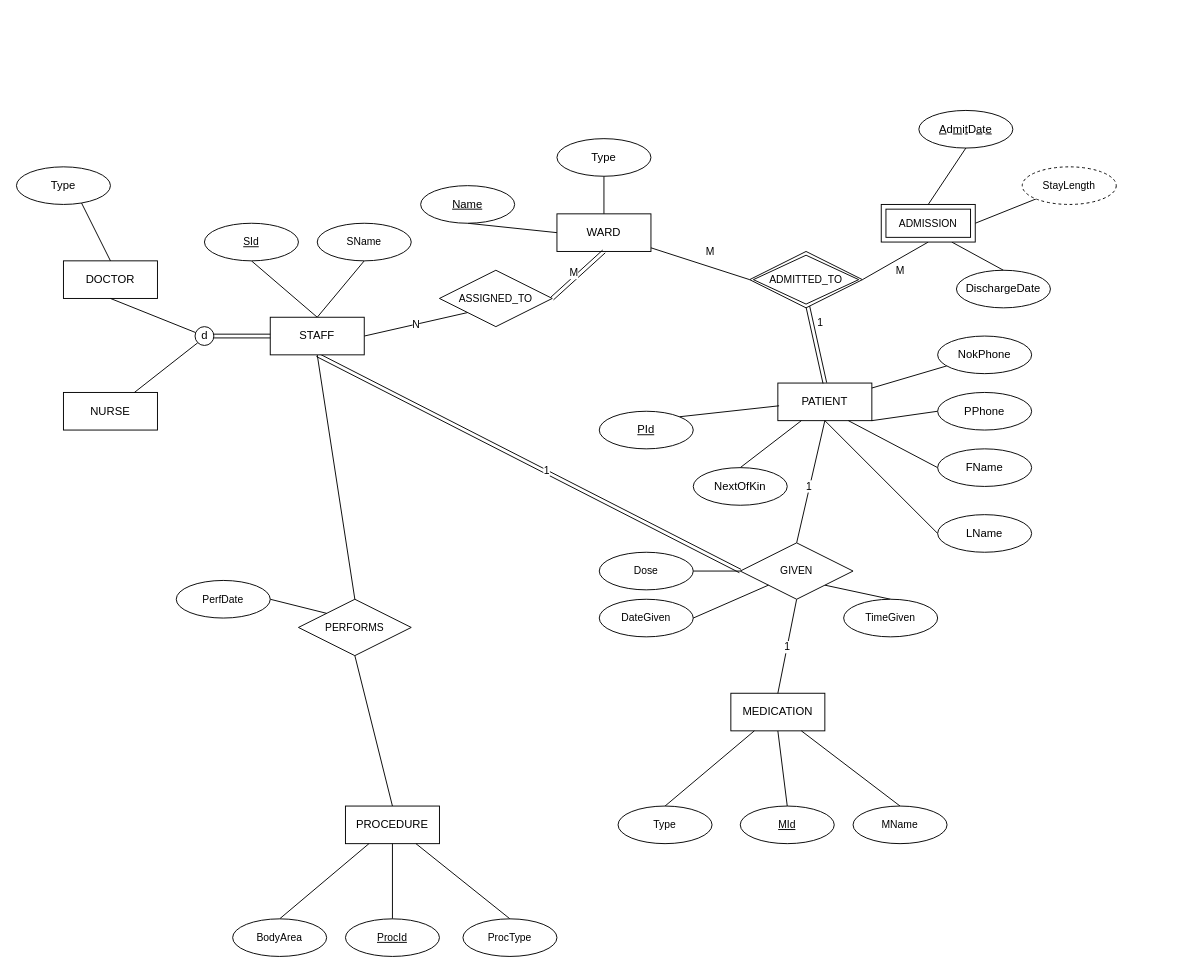
The draw.io diagram Untitled Diagram.drawio in alexwhite1995/Assignments, before the edit. Source tidied: cells renumbered, new cells numbered last; positions are measured from the earlier drawing's top-left corner, leaving out a move shared by most shapes. Both pictures are drawn from the tidied source at 94%, with x=0, y=0 at pixel (16, 110).
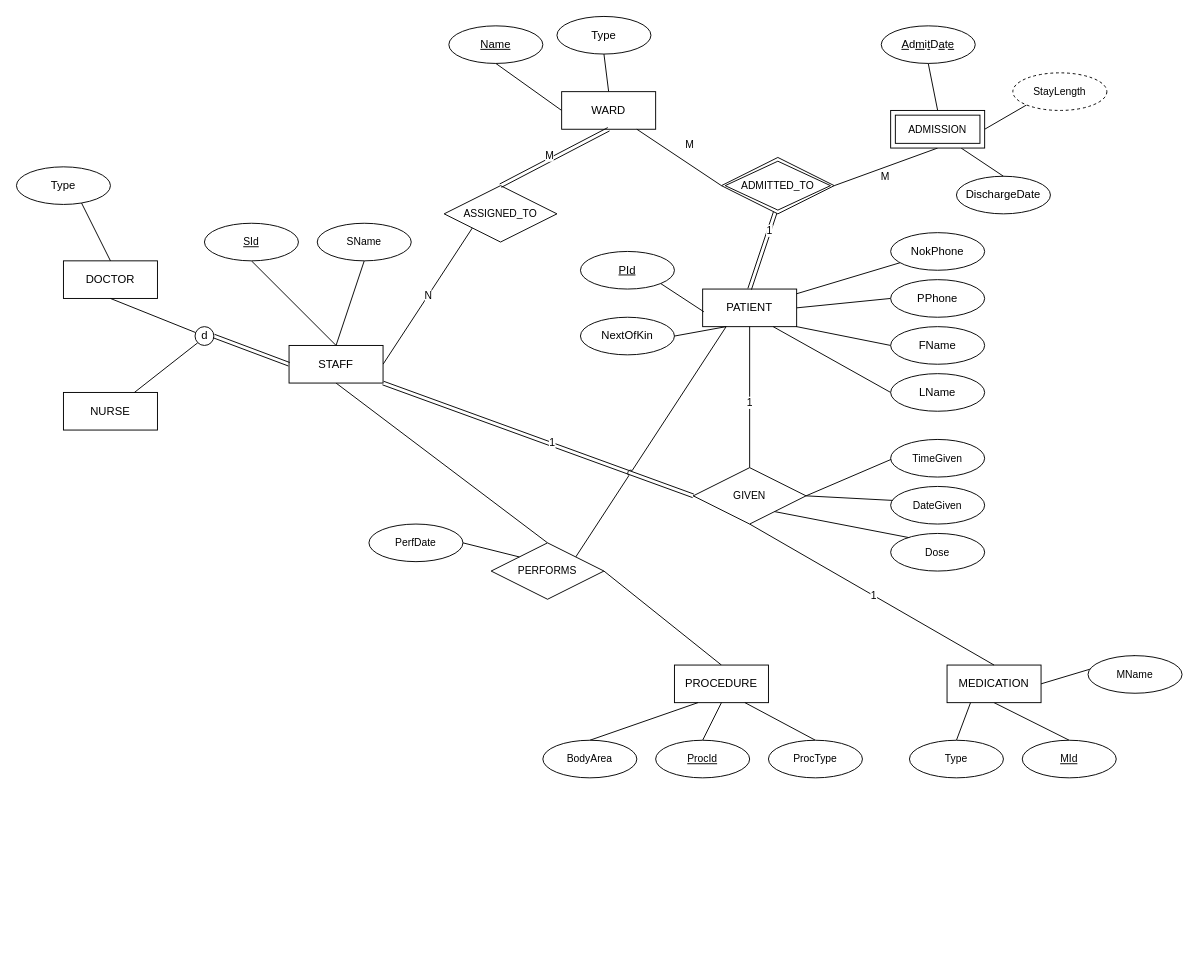
The same diagram, later.

The edit, as a diff of the source:
```diff
@@
-    <mxCell id="2" style="edgeStyle=none;rounded=0;jettySize=auto;html=1;exitX=1;exitY=1;exitDx=0;exitDy=0;entryX=0;entryY=0.5;entryDx=0;entryDy=0;strokeColor=default;align=center;verticalAlign=middle;fontFamily=Helvetica;fontSize=11;fontColor=default;labelBackgroundColor=default;endArrow=none;endFill=0;" parent="1" edge="1" source="3" target="55">
+    <mxCell id="2" style="edgeStyle=none;rounded=0;jettySize=auto;html=1;exitX=1;exitY=0.5;exitDx=0;exitDy=0;entryX=0;entryY=0.5;entryDx=0;entryDy=0;strokeColor=default;align=center;verticalAlign=middle;fontFamily=Helvetica;fontSize=11;fontColor=default;labelBackgroundColor=default;endArrow=none;endFill=0;" parent="1" edge="1" source="3" target="55">
       <mxGeometry relative="1" as="geometry" />
     </mxCell>
     <mxCell id="3" value="PATIENT" style="whiteSpace=wrap;html=1;align=center;" parent="1" vertex="1">
-      <mxGeometry x="810" y="290" width="100" height="40" as="geometry" />
+      <mxGeometry x="730" y="190" width="100" height="40" as="geometry" />
     </mxCell>
@@
-    <mxCell id="5" style="edgeStyle=none;rounded=0;jettySize=auto;html=1;exitX=0.5;exitY=1;exitDx=0;exitDy=0;entryX=0;entryY=0.5;entryDx=0;entryDy=0;strokeColor=default;align=center;verticalAlign=middle;fontFamily=Helvetica;fontSize=11;fontColor=default;labelBackgroundColor=default;endArrow=none;endFill=0;shape=link;" parent="1" edge="1" source="10" target="62">
+    <mxCell id="5" style="edgeStyle=none;rounded=0;jettySize=auto;html=1;exitX=1;exitY=1;exitDx=0;exitDy=0;entryX=0;entryY=0.5;entryDx=0;entryDy=0;strokeColor=default;align=center;verticalAlign=middle;fontFamily=Helvetica;fontSize=11;fontColor=default;labelBackgroundColor=default;endArrow=none;endFill=0;shape=link;" parent="1" edge="1" source="10" target="62">
       <mxGeometry relative="1" as="geometry" />
     </mxCell>
@@
     <mxCell id="10" value="STAFF" style="whiteSpace=wrap;html=1;align=center;" parent="1" vertex="1">
-      <mxGeometry x="270" y="220" width="100" height="40" as="geometry" />
+      <mxGeometry x="290" y="250" width="100" height="40" as="geometry" />
     </mxCell>
@@
     <mxCell id="14" value="MEDICATION" style="whiteSpace=wrap;html=1;align=center;" parent="1" vertex="1">
-      <mxGeometry x="760" y="620" width="100" height="40" as="geometry" />
+      <mxGeometry x="990" y="590" width="100" height="40" as="geometry" />
     </mxCell>
-    <mxCell id="15" style="edgeStyle=none;rounded=0;jettySize=auto;html=1;exitX=0.5;exitY=0;exitDx=0;exitDy=0;entryX=0.5;entryY=1;entryDx=0;entryDy=0;strokeColor=default;align=center;verticalAlign=middle;fontFamily=Helvetica;fontSize=11;fontColor=default;labelBackgroundColor=default;endArrow=none;endFill=0;" parent="1" edge="1" source="16" target="67">
+    <mxCell id="15" style="edgeStyle=none;rounded=0;jettySize=auto;html=1;exitX=0.5;exitY=0;exitDx=0;exitDy=0;entryX=1;entryY=0.5;entryDx=0;entryDy=0;strokeColor=default;align=center;verticalAlign=middle;fontFamily=Helvetica;fontSize=11;fontColor=default;labelBackgroundColor=default;endArrow=none;endFill=0;" parent="1" edge="1" source="16" target="67">
       <mxGeometry relative="1" as="geometry" />
     </mxCell>
     <mxCell id="16" value="PROCEDURE" style="whiteSpace=wrap;html=1;align=center;" parent="1" vertex="1">
-      <mxGeometry x="350" y="740" width="100" height="40" as="geometry" />
+      <mxGeometry x="700" y="590" width="100" height="40" as="geometry" />
     </mxCell>
@@
-    <mxCell id="18" style="edgeStyle=orthogonalEdgeStyle;rounded=0;jettySize=auto;html=1;exitX=0.5;exitY=0;exitDx=0;exitDy=0;entryX=0.5;entryY=1;entryDx=0;entryDy=0;endArrow=none;endFill=0;" parent="1" edge="1" source="19" target="34">
+    <mxCell id="18" style="rounded=0;jettySize=auto;html=1;exitX=0.5;exitY=0;exitDx=0;exitDy=0;entryX=0.5;entryY=1;entryDx=0;entryDy=0;endArrow=none;endFill=0;" parent="1" edge="1" source="19" target="34">
       <mxGeometry relative="1" as="geometry" />
     </mxCell>
     <mxCell id="19" value="WARD" style="whiteSpace=wrap;html=1;align=center;" parent="1" vertex="1">
-      <mxGeometry x="575" y="110" width="100" height="40" as="geometry" />
+      <mxGeometry x="580" y="-20" width="100" height="40" as="geometry" />
     </mxCell>
@@
     <mxCell id="33" value="&lt;u&gt;Name&lt;/u&gt;" style="ellipse;whiteSpace=wrap;html=1;align=center;" parent="1" vertex="1">
-      <mxGeometry x="430" y="80" width="100" height="40" as="geometry" />
+      <mxGeometry x="460" y="-90" width="100" height="40" as="geometry" />
     </mxCell>
     <mxCell id="34" value="Type" style="ellipse;whiteSpace=wrap;html=1;align=center;" parent="1" vertex="1">
-      <mxGeometry x="575" y="30" width="100" height="40" as="geometry" />
+      <mxGeometry x="575" y="-100" width="100" height="40" as="geometry" />
     </mxCell>
     <mxCell id="35" value="DischargeDate" style="ellipse;whiteSpace=wrap;html=1;align=center;" parent="1" vertex="1">
-      <mxGeometry x="1000" y="170" width="100" height="40" as="geometry" />
+      <mxGeometry x="1000" y="70" width="100" height="40" as="geometry" />
     </mxCell>
     <mxCell id="36" value="ADMITTED_TO" style="shape=rhombus;double=1;perimeter=rhombusPerimeter;whiteSpace=wrap;html=1;align=center;fontFamily=Helvetica;fontSize=11;fontColor=default;labelBackgroundColor=default;" parent="1" vertex="1">
-      <mxGeometry x="780" y="150" width="120" height="60" as="geometry" />
+      <mxGeometry x="750" y="50" width="120" height="60" as="geometry" />
     </mxCell>
@@
     <mxCell id="42" value="ADMISSION" style="shape=ext;margin=3;double=1;whiteSpace=wrap;html=1;align=center;fontFamily=Helvetica;fontSize=11;fontColor=default;labelBackgroundColor=default;" parent="1" vertex="1">
-      <mxGeometry x="920" y="100" width="100" height="40" as="geometry" />
+      <mxGeometry x="930" width="100" height="40" as="geometry" />
     </mxCell>
     <mxCell id="43" value="StayLength" style="ellipse;whiteSpace=wrap;html=1;align=center;dashed=1;fontFamily=Helvetica;fontSize=11;fontColor=default;labelBackgroundColor=default;" parent="1" vertex="1">
-      <mxGeometry x="1070" y="60" width="100" height="40" as="geometry" />
+      <mxGeometry x="1060" y="-40" width="100" height="40" as="geometry" />
     </mxCell>
     <mxCell id="44" value="&lt;u&gt;A&lt;/u&gt;d&lt;u&gt;m&lt;/u&gt;i&lt;u&gt;t&lt;/u&gt;D&lt;u&gt;a&lt;/u&gt;t&lt;u&gt;e&lt;/u&gt;" style="ellipse;whiteSpace=wrap;html=1;align=center;" parent="1" vertex="1">
-      <mxGeometry x="960" width="100" height="40" as="geometry" />
+      <mxGeometry x="920" y="-90" width="100" height="40" as="geometry" />
     </mxCell>
-    <mxCell id="45" style="edgeStyle=none;rounded=0;jettySize=auto;html=1;exitX=0;exitY=0.5;exitDx=0;exitDy=0;entryX=0.75;entryY=1;entryDx=0;entryDy=0;strokeColor=default;align=center;verticalAlign=middle;fontFamily=Helvetica;fontSize=11;fontColor=default;labelBackgroundColor=default;endArrow=none;endFill=0;" parent="1" edge="1" source="46" target="3">
+    <mxCell id="45" style="edgeStyle=none;rounded=0;jettySize=auto;html=1;exitX=0;exitY=0.5;exitDx=0;exitDy=0;entryX=1;entryY=1;entryDx=0;entryDy=0;strokeColor=default;align=center;verticalAlign=middle;fontFamily=Helvetica;fontSize=11;fontColor=default;labelBackgroundColor=default;endArrow=none;endFill=0;" parent="1" edge="1" source="46" target="3">
       <mxGeometry relative="1" as="geometry" />
     </mxCell>
     <mxCell id="46" value="FName" style="ellipse;whiteSpace=wrap;html=1;align=center;" parent="1" vertex="1">
-      <mxGeometry x="980" y="360" width="100" height="40" as="geometry" />
+      <mxGeometry x="930" y="230" width="100" height="40" as="geometry" />
     </mxCell>
-    <mxCell id="47" style="edgeStyle=none;rounded=0;jettySize=auto;html=1;exitX=0;exitY=0.5;exitDx=0;exitDy=0;strokeColor=default;align=center;verticalAlign=middle;fontFamily=Helvetica;fontSize=11;fontColor=default;labelBackgroundColor=default;endArrow=none;endFill=0;" parent="1" edge="1" source="48">
-      <mxGeometry relative="1" as="geometry">
-        <mxPoint x="860" y="330" as="targetPoint" />
-      </mxGeometry>
+    <mxCell id="47" style="edgeStyle=none;rounded=0;jettySize=auto;html=1;exitX=0;exitY=0.5;exitDx=0;exitDy=0;strokeColor=default;align=center;verticalAlign=middle;fontFamily=Helvetica;fontSize=11;fontColor=default;labelBackgroundColor=default;endArrow=none;endFill=0;entryX=0.75;entryY=1;entryDx=0;entryDy=0;" parent="1" edge="1" source="48" target="3">
+      <mxGeometry relative="1" as="geometry" />
     </mxCell>
     <mxCell id="48" value="LName" style="ellipse;whiteSpace=wrap;html=1;align=center;" parent="1" vertex="1">
-      <mxGeometry x="980" y="430" width="100" height="40" as="geometry" />
+      <mxGeometry x="930" y="280" width="100" height="40" as="geometry" />
     </mxCell>
-    <mxCell id="49" style="edgeStyle=none;rounded=0;jettySize=auto;html=1;exitX=0.5;exitY=0;exitDx=0;exitDy=0;entryX=0.25;entryY=1;entryDx=0;entryDy=0;strokeColor=default;align=center;verticalAlign=middle;fontFamily=Helvetica;fontSize=11;fontColor=default;labelBackgroundColor=default;endArrow=none;endFill=0;" parent="1" edge="1" source="50" target="3">
+    <mxCell id="49" style="edgeStyle=none;rounded=0;jettySize=auto;html=1;exitX=1;exitY=0.5;exitDx=0;exitDy=0;entryX=0.25;entryY=1;entryDx=0;entryDy=0;strokeColor=default;align=center;verticalAlign=middle;fontFamily=Helvetica;fontSize=11;fontColor=default;labelBackgroundColor=default;endArrow=none;endFill=0;" parent="1" edge="1" source="50" target="3">
       <mxGeometry relative="1" as="geometry" />
     </mxCell>
     <mxCell id="50" value="NextOfKin" style="ellipse;whiteSpace=wrap;html=1;align=center;" parent="1" vertex="1">
-      <mxGeometry x="720" y="380" width="100" height="40" as="geometry" />
+      <mxGeometry x="600" y="220" width="100" height="40" as="geometry" />
     </mxCell>
     <mxCell id="51" value="&lt;u&gt;PId&lt;/u&gt;" style="ellipse;whiteSpace=wrap;html=1;align=center;" parent="1" vertex="1">
-      <mxGeometry x="620" y="320" width="100" height="40" as="geometry" />
+      <mxGeometry x="600" y="150" width="100" height="40" as="geometry" />
     </mxCell>
-    <mxCell id="52" style="rounded=0;jettySize=auto;html=1;exitX=1;exitY=0;exitDx=0;exitDy=0;entryX=0.013;entryY=0.605;entryDx=0;entryDy=0;entryPerimeter=0;endArrow=none;endFill=0;" parent="1" edge="1" source="51" target="3">
+    <mxCell id="52" style="rounded=0;jettySize=auto;html=1;exitX=1;exitY=1;exitDx=0;exitDy=0;entryX=0.013;entryY=0.605;entryDx=0;entryDy=0;entryPerimeter=0;endArrow=none;endFill=0;" parent="1" edge="1" source="51" target="3">
       <mxGeometry relative="1" as="geometry" />
     </mxCell>
@@
     <mxCell id="54" value="NokPhone" style="ellipse;whiteSpace=wrap;html=1;align=center;" parent="1" vertex="1">
-      <mxGeometry x="980" y="240" width="100" height="40" as="geometry" />
+      <mxGeometry x="930" y="130" width="100" height="40" as="geometry" />
     </mxCell>
     <mxCell id="55" value="PPhone" style="ellipse;whiteSpace=wrap;html=1;align=center;" parent="1" vertex="1">
-      <mxGeometry x="980" y="300" width="100" height="40" as="geometry" />
+      <mxGeometry x="930" y="180" width="100" height="40" as="geometry" />
     </mxCell>
     <mxCell id="56" value="ASSIGNED_TO" style="shape=rhombus;perimeter=rhombusPerimeter;whiteSpace=wrap;html=1;align=center;fontFamily=Helvetica;fontSize=11;fontColor=default;labelBackgroundColor=default;" parent="1" vertex="1">
-      <mxGeometry x="450" y="170" width="120" height="60" as="geometry" />
+      <mxGeometry x="455" y="80" width="120" height="60" as="geometry" />
     </mxCell>
-    <mxCell id="57" style="edgeStyle=none;rounded=0;jettySize=auto;html=1;exitX=0.5;exitY=1;exitDx=0;exitDy=0;entryX=1;entryY=0.5;entryDx=0;entryDy=0;strokeColor=default;align=center;verticalAlign=middle;fontFamily=Helvetica;fontSize=11;fontColor=default;labelBackgroundColor=default;endArrow=none;endFill=0;shape=link;" parent="1" edge="1" source="19" target="56">
+    <mxCell id="57" style="edgeStyle=none;rounded=0;jettySize=auto;html=1;exitX=0.5;exitY=1;exitDx=0;exitDy=0;entryX=0.5;entryY=0;entryDx=0;entryDy=0;strokeColor=default;align=center;verticalAlign=middle;fontFamily=Helvetica;fontSize=11;fontColor=default;labelBackgroundColor=default;endArrow=none;endFill=0;shape=link;" parent="1" edge="1" source="19" target="56">
       <mxGeometry relative="1" as="geometry" />
     </mxCell>
@@
-    <mxCell id="61" style="edgeStyle=none;rounded=0;jettySize=auto;html=1;exitX=1;exitY=1;exitDx=0;exitDy=0;entryX=0.5;entryY=0;entryDx=0;entryDy=0;strokeColor=default;align=center;verticalAlign=middle;fontFamily=Helvetica;fontSize=11;fontColor=default;labelBackgroundColor=default;endArrow=none;endFill=0;" parent="1" edge="1" source="62" target="66">
+    <mxCell id="61" style="edgeStyle=none;rounded=0;jettySize=auto;html=1;exitX=1;exitY=0.5;exitDx=0;exitDy=0;entryX=0.5;entryY=0;entryDx=0;entryDy=0;strokeColor=default;align=center;verticalAlign=middle;fontFamily=Helvetica;fontSize=11;fontColor=default;labelBackgroundColor=default;endArrow=none;endFill=0;" parent="1" edge="1" source="62" target="66">
       <mxGeometry relative="1" as="geometry" />
     </mxCell>
     <mxCell id="62" value="GIVEN" style="shape=rhombus;perimeter=rhombusPerimeter;whiteSpace=wrap;html=1;align=center;fontFamily=Helvetica;fontSize=11;fontColor=default;labelBackgroundColor=default;" parent="1" vertex="1">
-      <mxGeometry x="770" y="460" width="120" height="60" as="geometry" />
+      <mxGeometry x="720" y="380" width="120" height="60" as="geometry" />
     </mxCell>
     <mxCell id="63" value="Dose" style="ellipse;whiteSpace=wrap;html=1;align=center;fontFamily=Helvetica;fontSize=11;fontColor=default;labelBackgroundColor=default;" parent="1" vertex="1">
-      <mxGeometry x="620" y="470" width="100" height="40" as="geometry" />
+      <mxGeometry x="930" y="450" width="100" height="40" as="geometry" />
     </mxCell>
-    <mxCell id="64" style="edgeStyle=none;rounded=0;jettySize=auto;html=1;exitX=1;exitY=0.5;exitDx=0;exitDy=0;entryX=0;entryY=1;entryDx=0;entryDy=0;strokeColor=default;align=center;verticalAlign=middle;fontFamily=Helvetica;fontSize=11;fontColor=default;labelBackgroundColor=default;endArrow=none;endFill=0;" parent="1" edge="1" source="65" target="62">
+    <mxCell id="64" style="edgeStyle=none;rounded=0;jettySize=auto;html=1;exitX=1;exitY=0.5;exitDx=0;exitDy=0;entryX=1;entryY=0.5;entryDx=0;entryDy=0;strokeColor=default;align=center;verticalAlign=middle;fontFamily=Helvetica;fontSize=11;fontColor=default;labelBackgroundColor=default;endArrow=none;endFill=0;" parent="1" edge="1" source="65" target="62">
       <mxGeometry relative="1" as="geometry" />
     </mxCell>
     <mxCell id="65" value="DateGiven" style="ellipse;whiteSpace=wrap;html=1;align=center;fontFamily=Helvetica;fontSize=11;fontColor=default;labelBackgroundColor=default;" parent="1" vertex="1">
-      <mxGeometry x="620" y="520" width="100" height="40" as="geometry" />
+      <mxGeometry x="930" y="400" width="100" height="40" as="geometry" />
     </mxCell>
     <mxCell id="66" value="TimeGiven" style="ellipse;whiteSpace=wrap;html=1;align=center;fontFamily=Helvetica;fontSize=11;fontColor=default;labelBackgroundColor=default;" parent="1" vertex="1">
-      <mxGeometry x="880" y="520" width="100" height="40" as="geometry" />
+      <mxGeometry x="930" y="350" width="100" height="40" as="geometry" />
     </mxCell>
+    <mxCell id="83" style="edgeStyle=none;rounded=0;jettySize=auto;html=1;exitX=1;exitY=0;exitDx=0;exitDy=0;entryX=0.25;entryY=1;entryDx=0;entryDy=0;strokeColor=default;align=center;verticalAlign=middle;fontFamily=Helvetica;fontSize=11;fontColor=default;labelBackgroundColor=default;endArrow=none;endFill=0;jumpStyle=arc;" parent="1" edge="1" source="67" target="3">
+      <mxGeometry relative="1" as="geometry" />
+    </mxCell>
     <mxCell id="67" value="PERFORMS" style="shape=rhombus;perimeter=rhombusPerimeter;whiteSpace=wrap;html=1;align=center;fontFamily=Helvetica;fontSize=11;fontColor=default;labelBackgroundColor=default;" parent="1" vertex="1">
-      <mxGeometry x="300" y="520" width="120" height="60" as="geometry" />
+      <mxGeometry x="505" y="460" width="120" height="60" as="geometry" />
     </mxCell>
@@
     <mxCell id="70" value="&lt;u&gt;MId&lt;/u&gt;" style="ellipse;whiteSpace=wrap;html=1;align=center;fontFamily=Helvetica;fontSize=11;fontColor=default;labelBackgroundColor=default;" parent="1" vertex="1">
-      <mxGeometry x="770" y="740" width="100" height="40" as="geometry" />
+      <mxGeometry x="1070" y="670" width="100" height="40" as="geometry" />
     </mxCell>
-    <mxCell id="71" style="edgeStyle=none;rounded=0;jettySize=auto;html=1;exitX=0.5;exitY=0;exitDx=0;exitDy=0;entryX=0.75;entryY=1;entryDx=0;entryDy=0;strokeColor=default;align=center;verticalAlign=middle;fontFamily=Helvetica;fontSize=11;fontColor=default;labelBackgroundColor=default;endArrow=none;endFill=0;" parent="1" edge="1" source="72" target="14">
+    <mxCell id="71" style="edgeStyle=none;rounded=0;jettySize=auto;html=1;exitX=0.5;exitY=0;exitDx=0;exitDy=0;entryX=1;entryY=0.5;entryDx=0;entryDy=0;strokeColor=default;align=center;verticalAlign=middle;fontFamily=Helvetica;fontSize=11;fontColor=default;labelBackgroundColor=default;endArrow=none;endFill=0;" parent="1" edge="1" source="72" target="14">
       <mxGeometry relative="1" as="geometry" />
     </mxCell>
     <mxCell id="72" value="MName" style="ellipse;whiteSpace=wrap;html=1;align=center;fontFamily=Helvetica;fontSize=11;fontColor=default;labelBackgroundColor=default;" parent="1" vertex="1">
-      <mxGeometry x="890" y="740" width="100" height="40" as="geometry" />
+      <mxGeometry x="1140" y="580" width="100" height="40" as="geometry" />
     </mxCell>
@@
     <mxCell id="74" value="Type" style="ellipse;whiteSpace=wrap;html=1;align=center;fontFamily=Helvetica;fontSize=11;fontColor=default;labelBackgroundColor=default;" parent="1" vertex="1">
-      <mxGeometry x="640" y="740" width="100" height="40" as="geometry" />
+      <mxGeometry x="950" y="670" width="100" height="40" as="geometry" />
     </mxCell>
@@
     <mxCell id="76" value="&lt;u&gt;ProcId&lt;/u&gt;" style="ellipse;whiteSpace=wrap;html=1;align=center;fontFamily=Helvetica;fontSize=11;fontColor=default;labelBackgroundColor=default;" parent="1" vertex="1">
-      <mxGeometry x="350" y="860" width="100" height="40" as="geometry" />
+      <mxGeometry x="680" y="670" width="100" height="40" as="geometry" />
     </mxCell>
@@
     <mxCell id="78" value="BodyArea" style="ellipse;whiteSpace=wrap;html=1;align=center;fontFamily=Helvetica;fontSize=11;fontColor=default;labelBackgroundColor=default;" parent="1" vertex="1">
-      <mxGeometry x="230" y="860" width="100" height="40" as="geometry" />
+      <mxGeometry x="560" y="670" width="100" height="40" as="geometry" />
     </mxCell>
@@
     <mxCell id="80" value="ProcType" style="ellipse;whiteSpace=wrap;html=1;align=center;fontFamily=Helvetica;fontSize=11;fontColor=default;labelBackgroundColor=default;" parent="1" vertex="1">
-      <mxGeometry x="475" y="860" width="100" height="40" as="geometry" />
+      <mxGeometry x="800" y="670" width="100" height="40" as="geometry" />
     </mxCell>
@@
     <mxCell id="82" value="PerfDate" style="ellipse;whiteSpace=wrap;html=1;align=center;fontFamily=Helvetica;fontSize=11;fontColor=default;labelBackgroundColor=default;" parent="1" vertex="1">
-      <mxGeometry x="170" y="500" width="100" height="40" as="geometry" />
+      <mxGeometry x="375" y="440" width="100" height="40" as="geometry" />
     </mxCell>
```
